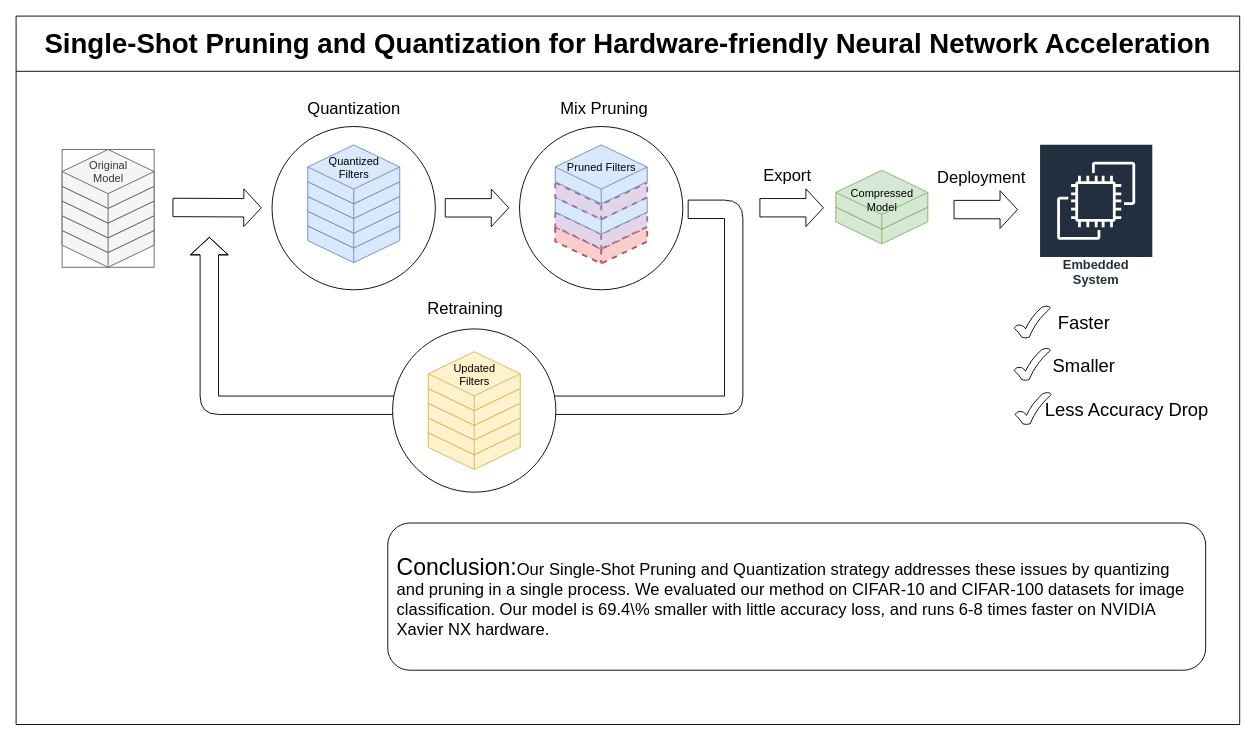
This is graphic_abstract.drawio from JIANGBOFENG/MY_GIT_Repo, a draw.io file, before an edit. Source tidied: cells renumbered, new cells numbered last; positions are measured from the earlier drawing's top-left corner, leaving out a move shared by most shapes. Both pictures are drawn from the tidied source at 92%, with x=0, y=0 at pixel (16, 16).
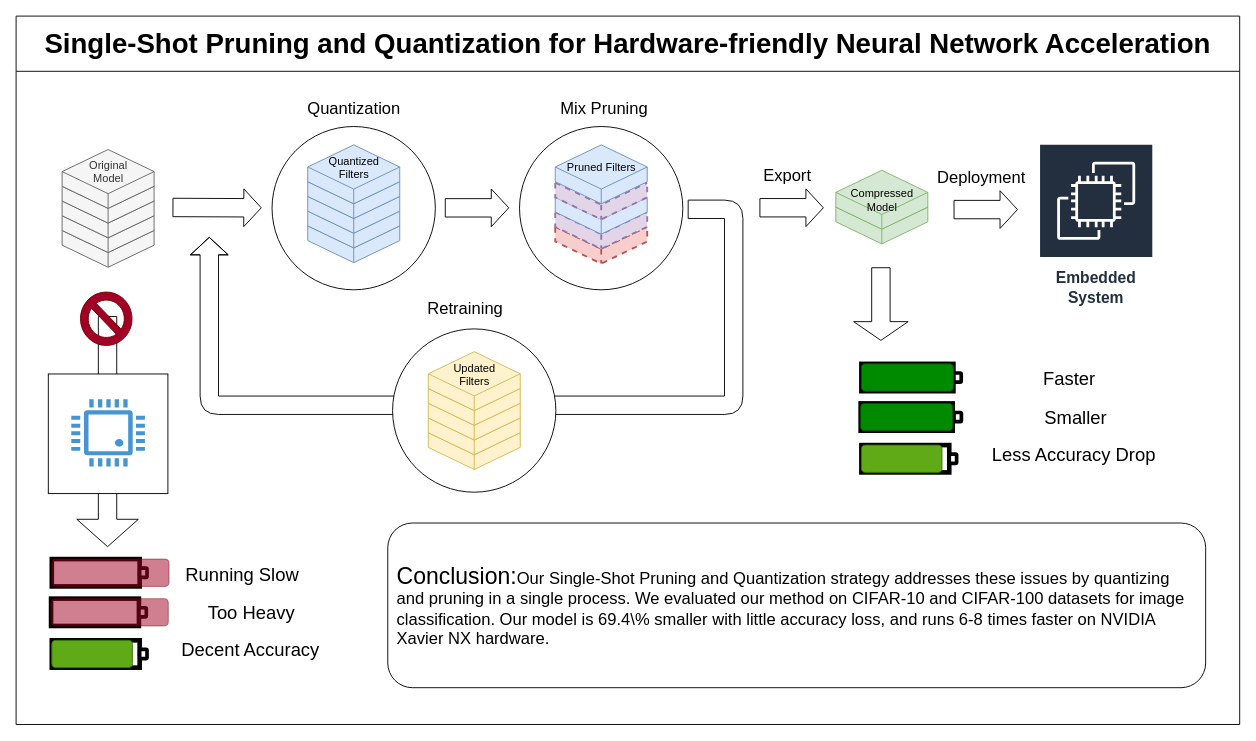
Above is the later version.

Unchanged cells that the change refers to:
```xml
<mxCell id="2" value="&lt;font style=&quot;font-size: 30px;&quot;&gt;Single-Shot Pruning and Quantization for Hardware-friendly Neural Network Acceleration&lt;/font&gt;" style="swimlane;whiteSpace=wrap;html=1;startSize=60;" parent="1" vertex="1">
  <mxGeometry width="1330" height="770" as="geometry" />
</mxCell>
```

Diff of the diagram source:
```diff
@@
+    <mxCell id="62" style="group;" parent="2" vertex="1">
+      <mxGeometry x="35" y="388" width="130" height="130" as="geometry" />
+    </mxCell>
+    <mxCell id="63" style="shape=flexArrow;endArrow=classic;html=1;rounded=0;width=20;endWidth=45.88235294117647;endSize=9.588235294117649;" parent="62" edge="1">
+      <mxGeometry relative="1" as="geometry">
+        <mxPoint x="64.4" y="-62" as="sourcePoint" />
+        <mxPoint x="64.4" y="189.2" as="targetPoint" />
+      </mxGeometry>
+    </mxCell>
+    <mxCell id="64" style="whiteSpace=wrap;html=1;" parent="62" vertex="1">
+      <mxGeometry y="1" width="130" height="130" as="geometry" />
+    </mxCell>
+    <mxCell id="65" style="shadow=0;dashed=0;html=1;strokeColor=none;fillColor=#4495D1;labelPosition=center;verticalLabelPosition=bottom;verticalAlign=top;align=center;shape=mxgraph.veeam.cpu;" parent="62" vertex="1">
+      <mxGeometry x="25" y="28.5" width="80" height="73" as="geometry" />
+    </mxCell>
@@
-    <mxCell id="20" value="&lt;font style=&quot;font-size: 14px;&quot;&gt;Embedded System&lt;/font&gt;" style="sketch=0;fontColor=#232F3E;gradientColor=none;strokeColor=#ffffff;fillColor=#232F3E;dashed=0;verticalLabelPosition=middle;verticalAlign=bottom;align=center;html=1;whiteSpace=wrap;fontSize=10;fontStyle=1;spacing=3;shape=mxgraph.aws4.productIcon;prIcon=mxgraph.aws4.ec2;" parent="2" vertex="1">
-      <mxGeometry x="1112" y="138.8" width="124" height="160.5" as="geometry" />
+    <mxCell id="20" value="&lt;font style=&quot;font-size: 17px;&quot;&gt;Embedded System&lt;/font&gt;" style="sketch=0;fontColor=#232F3E;gradientColor=none;strokeColor=#ffffff;fillColor=#232F3E;dashed=0;verticalLabelPosition=middle;verticalAlign=bottom;align=center;html=1;whiteSpace=wrap;fontSize=10;fontStyle=1;spacing=3;shape=mxgraph.aws4.productIcon;prIcon=mxgraph.aws4.ec2;" parent="2" vertex="1">
+      <mxGeometry x="1112" y="138.8" width="124" height="181.2" as="geometry" />
     </mxCell>
     <mxCell id="21" style="group;" parent="2" vertex="1">
-      <mxGeometry x="404" y="551" width="889" height="160" as="geometry" />
+      <mxGeometry x="404" y="551" width="889" height="179" as="geometry" />
     </mxCell>
     <mxCell id="22" style="rounded=1;whiteSpace=wrap;html=1;" parent="21" vertex="1">
-      <mxGeometry width="889" height="160" as="geometry" />
+      <mxGeometry width="889" height="179" as="geometry" />
     </mxCell>
-    <mxCell id="23" value="&lt;div style=&quot;text-align: left;&quot;&gt;&lt;font style=&quot;background-color: initial; font-size: 25px;&quot;&gt;Conclusion:&lt;/font&gt;&lt;font style=&quot;background-color: initial;&quot;&gt;&lt;font style=&quot;font-size: 18px;&quot;&gt;Our Single-Shot Pruning and Quantization strategy addresses these issues by quantizing and pruning in a single process. We evaluated our method on CIFAR-10 and CIFAR-100 datasets for image classification. Our model is 69.4\% smaller with little accuracy loss, and runs 6-8 times faster on NVIDIA Xavier NX hardware.&lt;/font&gt;&lt;/font&gt;&lt;/div&gt;" style="text;html=1;strokeColor=none;fillColor=none;align=center;verticalAlign=middle;whiteSpace=wrap;rounded=0;labelPosition=center;verticalLabelPosition=middle;" parent="21" vertex="1">
-      <mxGeometry x="9" y="10" width="871" height="140" as="geometry" />
+    <mxCell id="23" value="&lt;div style=&quot;text-align: left;&quot;&gt;&lt;font style=&quot;background-color: initial; font-size: 25px;&quot;&gt;Conclusion:&lt;/font&gt;&lt;font style=&quot;background-color: initial;&quot;&gt;&lt;font style=&quot;font-size: 18px;&quot;&gt;Our Single-Shot Pruning and Quantization strategy addresses these issues by quantizing and pruning in a single process. We evaluated our method on CIFAR-10 and CIFAR-100 datasets for image classification. Our model is 69.4\% smaller with little accuracy loss, and runs 6-8 times faster on NVIDIA Xavier NX hardware.&lt;/font&gt;&lt;/font&gt;&lt;/div&gt;" style="text;html=1;strokeColor=none;fillColor=none;align=center;verticalAlign=middle;whiteSpace=wrap;rounded=0;labelPosition=center;verticalLabelPosition=middle;spacing=2;" parent="21" vertex="1">
+      <mxGeometry x="9" y="11.2" width="871" height="156.6" as="geometry" />
     </mxCell>
@@
-    <mxCell id="32" style="group;fontColor=#333333;fillColor=none;strokeColor=#666666;" parent="2" vertex="1">
+    <mxCell id="32" style="group;fontColor=#333333;fillColor=none;strokeColor=none;" parent="2" vertex="1">
       <mxGeometry x="50" y="145" width="100" height="128" as="geometry" />
     </mxCell>
@@
-    <mxCell id="41" style="group;" parent="1" vertex="1">
-      <mxGeometry x="1082" y="318" width="149" height="40" as="geometry" />
-    </mxCell>
-    <mxCell id="42" style="verticalLabelPosition=bottom;verticalAlign=top;html=1;shape=mxgraph.basic.tick;" parent="41" vertex="1">
-      <mxGeometry x="3" y="-3" width="39" height="35" as="geometry" />
-    </mxCell>
+    <mxCell id="66" style="group;" parent="2" vertex="1">
+      <mxGeometry x="38" y="590.2" width="310" height="118" as="geometry" />
+    </mxCell>
+    <mxCell id="67" style="group;" parent="66" vertex="1">
+      <mxGeometry y="43" width="167.2" height="29.7" as="geometry" />
+    </mxCell>
+    <mxCell id="68" style="rounded=0;whiteSpace=wrap;html=1;strokeWidth=5;" parent="67" vertex="1">
+      <mxGeometry width="95.5" height="29.7" as="geometry" />
+    </mxCell>
+    <mxCell id="69" style="rounded=1;whiteSpace=wrap;html=1;strokeWidth=4;" parent="67" vertex="1">
+      <mxGeometry x="95.5" y="9.9" width="8" height="9.9" as="geometry" />
+    </mxCell>
+    <mxCell id="70" style="rounded=1;whiteSpace=wrap;html=1;fillColor=#a20025;strokeColor=#6F0000;fontColor=#ffffff;opacity=50;" parent="67" vertex="1">
+      <mxGeometry width="127.4" height="29.7" as="geometry" />
+    </mxCell>
+    <mxCell id="71" style="group;" parent="66" vertex="1">
+      <mxGeometry x="0.8" y="88.3" width="103.5" height="29.7" as="geometry" />
+    </mxCell>
+    <mxCell id="72" style="rounded=0;whiteSpace=wrap;html=1;strokeWidth=5;" parent="71" vertex="1">
+      <mxGeometry width="95.5" height="29.7" as="geometry" />
+    </mxCell>
+    <mxCell id="73" style="rounded=1;whiteSpace=wrap;html=1;fillColor=#60a917;strokeColor=#2D7600;fontColor=#ffffff;" parent="71" vertex="1">
+      <mxGeometry width="87.6" height="29.7" as="geometry" />
+    </mxCell>
+    <mxCell id="74" style="rounded=1;whiteSpace=wrap;html=1;strokeWidth=4;" parent="71" vertex="1">
+      <mxGeometry x="95.5" y="9.9" width="8" height="9.9" as="geometry" />
+    </mxCell>
+    <mxCell id="75" style="group;" parent="66" vertex="1">
+      <mxGeometry x="0.8" width="296.2" height="34.8" as="geometry" />
+    </mxCell>
+    <mxCell id="76" style="rounded=0;whiteSpace=wrap;html=1;strokeWidth=5;" parent="75" vertex="1">
+      <mxGeometry width="95.5" height="29.7" as="geometry" />
+    </mxCell>
+    <mxCell id="77" style="rounded=1;whiteSpace=wrap;html=1;strokeWidth=4;" parent="75" vertex="1">
+      <mxGeometry x="95.5" y="9.9" width="8" height="9.9" as="geometry" />
+    </mxCell>
+    <mxCell id="78" style="rounded=1;whiteSpace=wrap;html=1;fillColor=#a20025;strokeColor=#6F0000;fontColor=#ffffff;opacity=50;" parent="75" vertex="1">
+      <mxGeometry width="127.4" height="29.7" as="geometry" />
+    </mxCell>
+    <mxCell id="79" style="group;" parent="75" vertex="1">
+      <mxGeometry x="147.2" y="-5.2" width="149" height="40" as="geometry" />
+    </mxCell>
+    <mxCell id="80" value="&lt;font style=&quot;font-size: 20px;&quot;&gt;Running Slow&lt;/font&gt;" style="text;html=1;strokeColor=none;fillColor=none;align=center;verticalAlign=middle;whiteSpace=wrap;rounded=0;" parent="79" vertex="1">
+      <mxGeometry x="-10" y="5.7" width="140" height="30" as="geometry" />
+    </mxCell>
+    <mxCell id="81" value="&lt;span style=&quot;font-size: 20px;&quot;&gt;Too Heavy&lt;/span&gt;" style="text;html=1;strokeColor=none;fillColor=none;align=center;verticalAlign=middle;whiteSpace=wrap;rounded=0;" parent="66" vertex="1">
+      <mxGeometry x="148" y="43" width="140" height="30" as="geometry" />
+    </mxCell>
+    <mxCell id="82" value="&lt;font style=&quot;font-size: 20px;&quot;&gt;Decent Accuracy&lt;/font&gt;" style="text;html=1;strokeColor=none;fillColor=none;align=center;verticalAlign=middle;whiteSpace=wrap;rounded=0;" parent="66" vertex="1">
+      <mxGeometry x="136" y="83" width="162" height="30" as="geometry" />
+    </mxCell>
+    <mxCell id="83" style="verticalLabelPosition=bottom;verticalAlign=top;html=1;shape=mxgraph.basic.no_symbol;fillColor=#a20025;fontColor=#ffffff;strokeColor=#6F0000;" parent="2" vertex="1">
+      <mxGeometry x="70" y="300" width="56" height="58" as="geometry" />
+    </mxCell>
+    <mxCell id="84" style="shape=flexArrow;endArrow=classic;html=1;rounded=0;width=20;endWidth=38.2608695652174;endSize=6.460869565217392;" parent="2" edge="1">
+      <mxGeometry relative="1" as="geometry">
+        <mxPoint x="940" y="273" as="sourcePoint" />
+        <mxPoint x="940" y="353" as="targetPoint" />
+      </mxGeometry>
+    </mxCell>
+    <mxCell id="85" style="group;" parent="2" vertex="1">
+      <mxGeometry x="918" y="378" width="320" height="118" as="geometry" />
+    </mxCell>
+    <mxCell id="86" style="group;" parent="85" vertex="1">
+      <mxGeometry y="43" width="167.2" height="29.7" as="geometry" />
+    </mxCell>
+    <mxCell id="87" style="rounded=0;whiteSpace=wrap;html=1;strokeWidth=5;" parent="86" vertex="1">
+      <mxGeometry width="100" height="29.7" as="geometry" />
+    </mxCell>
+    <mxCell id="88" style="rounded=1;whiteSpace=wrap;html=1;strokeWidth=4;" parent="86" vertex="1">
+      <mxGeometry x="101.5" y="9.9" width="8" height="9.9" as="geometry" />
+    </mxCell>
+    <mxCell id="89" style="rounded=1;whiteSpace=wrap;html=1;fillColor=#008a00;strokeColor=#005700;fontColor=#ffffff;" parent="86" vertex="1">
+      <mxGeometry width="100" height="29.7" as="geometry" />
+    </mxCell>
+    <mxCell id="90" style="group;" parent="85" vertex="1">
+      <mxGeometry x="0.8" y="88.3" width="103.5" height="29.7" as="geometry" />
+    </mxCell>
+    <mxCell id="91" style="rounded=0;whiteSpace=wrap;html=1;strokeWidth=5;" parent="90" vertex="1">
+      <mxGeometry width="95.5" height="29.7" as="geometry" />
+    </mxCell>
+    <mxCell id="92" style="rounded=1;whiteSpace=wrap;html=1;fillColor=#60a917;strokeColor=#2D7600;fontColor=#ffffff;" parent="90" vertex="1">
+      <mxGeometry width="87.6" height="29.7" as="geometry" />
+    </mxCell>
+    <mxCell id="93" style="rounded=1;whiteSpace=wrap;html=1;strokeWidth=4;" parent="90" vertex="1">
+      <mxGeometry x="95.5" y="9.9" width="8" height="9.9" as="geometry" />
+    </mxCell>
+    <mxCell id="94" style="group;" parent="85" vertex="1">
+      <mxGeometry x="0.8" width="296.2" height="34.8" as="geometry" />
+    </mxCell>
+    <mxCell id="95" style="rounded=0;whiteSpace=wrap;html=1;strokeWidth=5;" parent="94" vertex="1">
+      <mxGeometry width="100" height="29.7" as="geometry" />
+    </mxCell>
+    <mxCell id="96" style="rounded=1;whiteSpace=wrap;html=1;strokeWidth=4;" parent="94" vertex="1">
+      <mxGeometry x="100.5" y="9.9" width="8" height="9.9" as="geometry" />
+    </mxCell>
+    <mxCell id="97" style="rounded=1;whiteSpace=wrap;html=1;fillColor=#008a00;strokeColor=#005700;fontColor=#ffffff;" parent="94" vertex="1">
+      <mxGeometry width="100" height="29.7" as="geometry" />
+    </mxCell>
+    <mxCell id="98" style="group;" parent="94" vertex="1">
+      <mxGeometry x="147.2" y="-5.2" width="149" height="40" as="geometry" />
+    </mxCell>
-    <mxCell id="43" value="&lt;font style=&quot;font-size: 20px;&quot;&gt;Faster&lt;/font&gt;" style="text;html=1;strokeColor=none;fillColor=none;align=center;verticalAlign=middle;whiteSpace=wrap;rounded=0;" parent="41" vertex="1">
-      <mxGeometry x="9" width="140" height="30" as="geometry" />
+    <mxCell id="43" value="&lt;font style=&quot;font-size: 20px;&quot;&gt;Faster&lt;/font&gt;" style="text;html=1;strokeColor=none;fillColor=none;align=center;verticalAlign=middle;whiteSpace=wrap;rounded=0;" parent="98" vertex="1">
+      <mxGeometry x="9" y="5.7" width="140" height="30" as="geometry" />
     </mxCell>
+    <mxCell id="59" value="&lt;span style=&quot;font-size: 20px;&quot;&gt;Smaller&lt;/span&gt;" style="text;html=1;strokeColor=none;fillColor=none;align=center;verticalAlign=middle;whiteSpace=wrap;rounded=0;" parent="85" vertex="1">
+      <mxGeometry x="164" y="43" width="140" height="30" as="geometry" />
+    </mxCell>
+    <mxCell id="56" value="&lt;font style=&quot;font-size: 20px;&quot;&gt;Less Accuracy Drop&lt;/font&gt;" style="text;html=1;strokeColor=none;fillColor=none;align=center;verticalAlign=middle;whiteSpace=wrap;rounded=0;" parent="85" vertex="1">
+      <mxGeometry x="140" y="83" width="184" height="30" as="geometry" />
+    </mxCell>
@@
-    <mxCell id="54" style="group;" parent="1" vertex="1">
-      <mxGeometry x="1083" y="412" width="240" height="40" as="geometry" />
-    </mxCell>
-    <mxCell id="55" style="verticalLabelPosition=bottom;verticalAlign=top;html=1;shape=mxgraph.basic.tick;" parent="54" vertex="1">
-      <mxGeometry x="3" y="-3" width="39" height="35" as="geometry" />
-    </mxCell>
-    <mxCell id="56" value="&lt;font style=&quot;font-size: 20px;&quot;&gt;Less Accuracy Drop&lt;/font&gt;" style="text;html=1;strokeColor=none;fillColor=none;align=center;verticalAlign=middle;whiteSpace=wrap;rounded=0;" parent="54" vertex="1">
-      <mxGeometry x="9" width="231" height="30" as="geometry" />
-    </mxCell>
-    <mxCell id="57" style="group;" parent="1" vertex="1">
-      <mxGeometry x="1082" y="364" width="149" height="40" as="geometry" />
-    </mxCell>
-    <mxCell id="58" style="verticalLabelPosition=bottom;verticalAlign=top;html=1;shape=mxgraph.basic.tick;" parent="57" vertex="1">
-      <mxGeometry x="3" y="-3" width="39" height="35" as="geometry" />
-    </mxCell>
-    <mxCell id="59" value="&lt;font style=&quot;font-size: 20px;&quot;&gt;Smaller&lt;/font&gt;" style="text;html=1;strokeColor=none;fillColor=none;align=center;verticalAlign=middle;whiteSpace=wrap;rounded=0;" parent="57" vertex="1">
-      <mxGeometry x="9" width="140" height="30" as="geometry" />
-    </mxCell>
```
